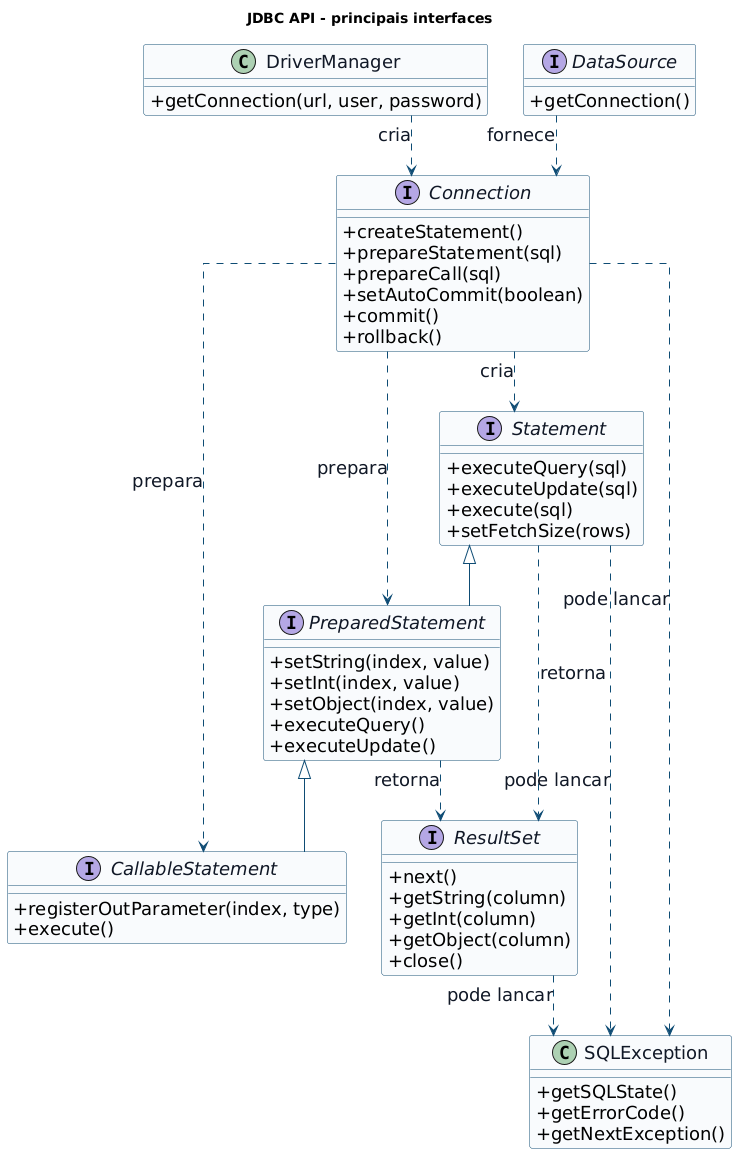
Earlier version of the PlantUML export subjects/poo/images/13-jdbc-api.png (fabriciosantana/idp-marp-slides). Source of this version:
```plantuml
@startuml
title JDBC API - principais interfaces

skinparam shadowing false
skinparam backgroundColor transparent
skinparam classAttributeIconSize 0
skinparam defaultFontSize 18
skinparam linetype ortho
skinparam class {
  BackgroundColor #F8FAFC
  BorderColor #154E75
  FontColor #111827
  FontSize 18
}
skinparam interface {
  BackgroundColor #EAF4FA
  BorderColor #154E75
}
skinparam ArrowColor #0F4C75
skinparam ArrowFontColor #111827

class DriverManager {
  +getConnection(url, user, password)
}

interface DataSource {
  +getConnection()
}

interface Connection {
  +createStatement()
  +prepareStatement(sql)
  +prepareCall(sql)
  +setAutoCommit(boolean)
  +commit()
  +rollback()
}

interface Statement {
  +executeQuery(sql)
  +executeUpdate(sql)
  +execute(sql)
  +setFetchSize(rows)
}

interface PreparedStatement {
  +setString(index, value)
  +setInt(index, value)
  +setObject(index, value)
  +executeQuery()
  +executeUpdate()
}

interface CallableStatement {
  +registerOutParameter(index, type)
  +execute()
}

interface ResultSet {
  +next()
  +getString(column)
  +getInt(column)
  +getObject(column)
  +close()
}

class SQLException {
  +getSQLState()
  +getErrorCode()
  +getNextException()
}

DriverManager ..> Connection : cria
DataSource ..> Connection : fornece
Connection ..> Statement : cria
Connection ..> PreparedStatement : prepara
Connection ..> CallableStatement : prepara
Statement <|-- PreparedStatement
PreparedStatement <|-- CallableStatement
Statement ..> ResultSet : retorna
PreparedStatement ..> ResultSet : retorna
Connection ..> SQLException : pode lancar
Statement ..> SQLException : pode lancar
ResultSet ..> SQLException : pode lancar

@enduml
```
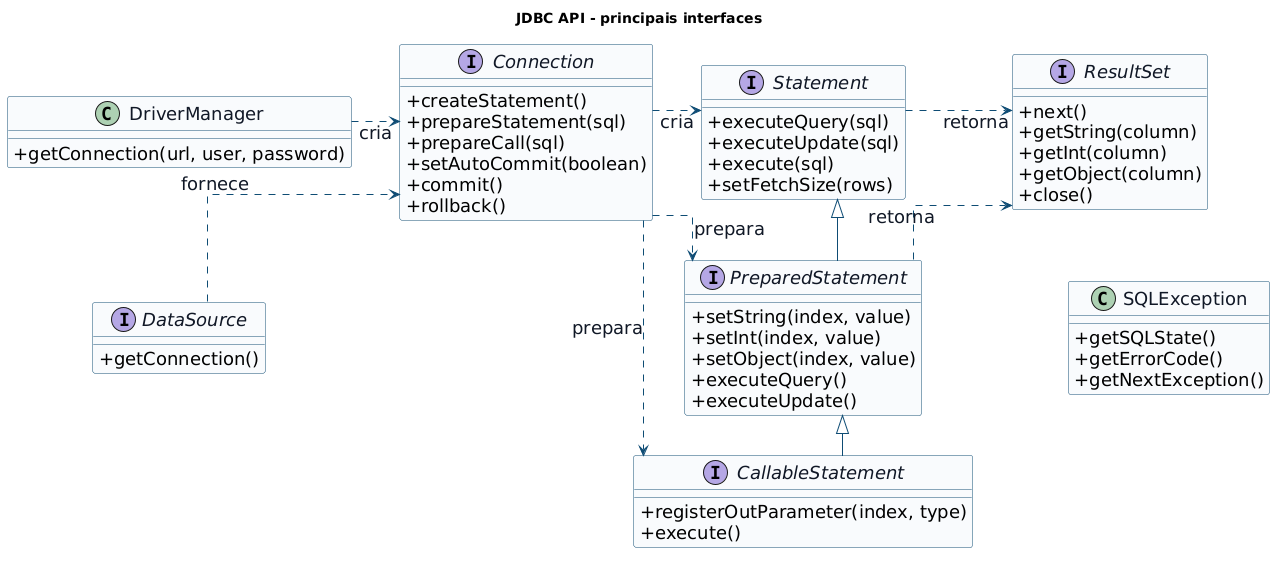
Later version of the same file.

Change to the diagram source:
```diff
@@ -6,6 +6,8 @@
 skinparam classAttributeIconSize 0
 skinparam defaultFontSize 18
 skinparam linetype ortho
+skinparam nodesep 48
+skinparam ranksep 40
 skinparam class {
   BackgroundColor #F8FAFC
   BorderColor #154E75
@@ -70,17 +72,24 @@
   +getNextException()
 }
 
-DriverManager ..> Connection : cria
-DataSource ..> Connection : fornece
-Connection ..> Statement : cria
-Connection ..> PreparedStatement : prepara
-Connection ..> CallableStatement : prepara
+
+DriverManager -down[hidden]- DataSource
+Statement -down[hidden]- PreparedStatement
+PreparedStatement -down[hidden]- CallableStatement
+ResultSet -down[hidden]- SQLException
+
+DriverManager -right[hidden]- Connection
+Connection -right[hidden]- Statement
+Statement -right[hidden]- ResultSet
+
+DriverManager -[norank,dashed]-> Connection : cria
+DataSource -[norank,dashed]-> Connection : fornece
+Connection -[norank,dashed]-> Statement : cria
+Connection -[norank,dashed]-> PreparedStatement : prepara
+Connection -[norank,dashed]-> CallableStatement : prepara
 Statement <|-- PreparedStatement
 PreparedStatement <|-- CallableStatement
-Statement ..> ResultSet : retorna
-PreparedStatement ..> ResultSet : retorna
-Connection ..> SQLException : pode lancar
-Statement ..> SQLException : pode lancar
-ResultSet ..> SQLException : pode lancar
+Statement -[norank,dashed]-> ResultSet : retorna
+PreparedStatement -[norank,dashed]-> ResultSet : retorna
 
 @enduml
```
